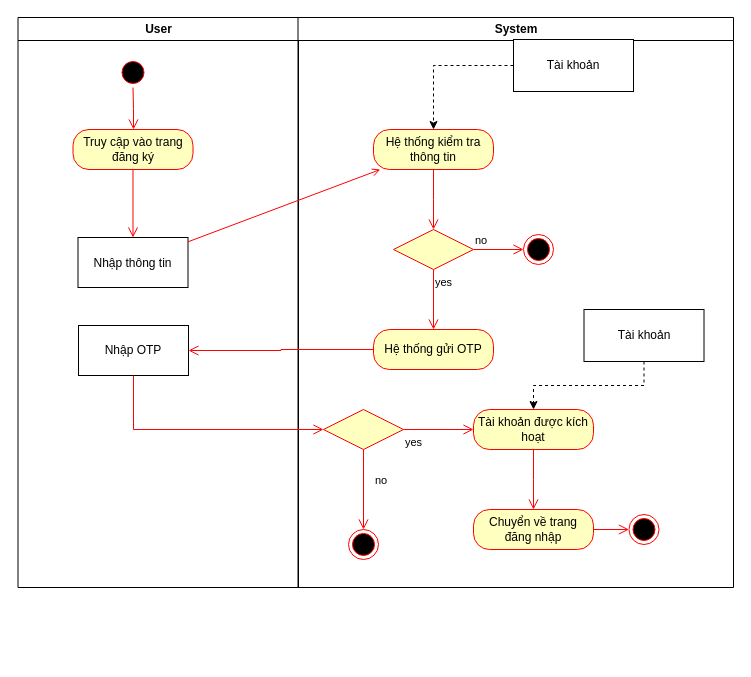
The draw.io diagram User/DangKi.drawio in dmn-05/PTTK-HTTT, before the edit. Source tidied: cells renumbered, new cells numbered last; positions are measured from the earlier drawing's top-left corner, leaving out a move shared by most shapes. Both pictures are drawn from the tidied source at 100%, with x=0, y=0 at pixel (17, 17).
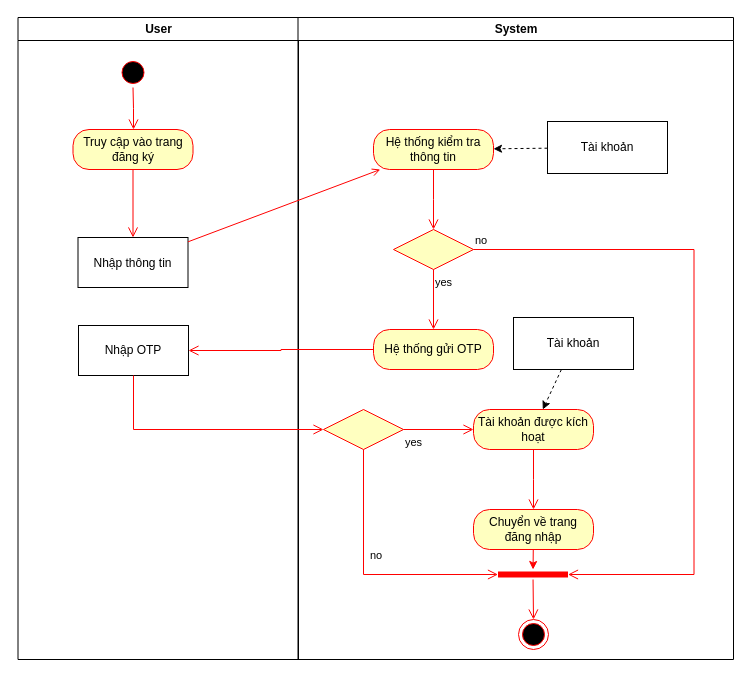
The same page after the edit.

Unchanged cells that the change refers to:
```xml
<mxCell id="10" value="Hệ thống kiểm tra thông tin" style="rounded=1;whiteSpace=wrap;html=1;arcSize=40;fontColor=#000000;fillColor=#ffffc0;strokeColor=#ff0000;" parent="9" vertex="1">
  <mxGeometry x="75.5" y="112" width="120" height="40" as="geometry" />
</mxCell>
<mxCell id="14" style="rhombus;whiteSpace=wrap;html=1;fontColor=#000000;fillColor=#ffffc0;strokeColor=#ff0000;" parent="9" vertex="1">
  <mxGeometry x="95.5" y="212" width="80" height="40" as="geometry" />
</mxCell>
<mxCell id="19" style="rhombus;whiteSpace=wrap;html=1;fontColor=#000000;fillColor=#ffffc0;strokeColor=#ff0000;" parent="9" vertex="1">
  <mxGeometry x="25.5" y="392" width="80" height="40" as="geometry" />
</mxCell>
<mxCell id="23" value="Tài khoản được kích hoạt" style="rounded=1;whiteSpace=wrap;html=1;arcSize=40;fontColor=#000000;fillColor=#ffffc0;strokeColor=#ff0000;" parent="9" vertex="1">
  <mxGeometry x="175.5" y="392" width="120" height="40" as="geometry" />
</mxCell>
<mxCell id="27" value="Chuyển về trang đăng nhập" style="rounded=1;whiteSpace=wrap;html=1;arcSize=40;fontColor=#000000;fillColor=#ffffc0;strokeColor=#ff0000;" parent="9" vertex="1">
  <mxGeometry x="175.5" y="492" width="120" height="40" as="geometry" />
</mxCell>
```

Diff of the diagram source:
```diff
@@
     <mxCell id="2" value="User" style="swimlane;whiteSpace=wrap;" parent="1" vertex="1">
-      <mxGeometry x="0.5" width="280.5" height="570" as="geometry" />
+      <mxGeometry x="0.5" width="280.5" height="642" as="geometry" />
     </mxCell>
@@
     <mxCell id="9" value="System" style="swimlane;whiteSpace=wrap;" parent="1" vertex="1">
-      <mxGeometry x="280.5" width="435.5" height="570" as="geometry" />
+      <mxGeometry x="280.5" width="435.5" height="642" as="geometry" />
     </mxCell>
@@
-    <mxCell id="12" style="edgeStyle=orthogonalEdgeStyle;rounded=0;jettySize=auto;html=1;dashed=1;" parent="9" edge="1" source="13" target="10">
+    <mxCell id="12" style="rounded=0;jettySize=auto;html=1;dashed=1;" parent="9" edge="1" source="13" target="10">
       <mxGeometry relative="1" as="geometry" />
     </mxCell>
     <mxCell id="13" value="Tài khoản" style="rounded=0;whiteSpace=wrap;html=1;" parent="9" vertex="1">
-      <mxGeometry x="215.5" y="22" width="120" height="52" as="geometry" />
+      <mxGeometry x="249.5" y="104" width="120" height="52" as="geometry" />
     </mxCell>
@@
-    <mxCell id="15" value="no" style="edgeStyle=orthogonalEdgeStyle;html=1;align=left;verticalAlign=bottom;endArrow=open;endSize=8;strokeColor=#ff0000;rounded=0;" parent="9" edge="1" source="14" target="17">
-      <mxGeometry x="-1" relative="1" as="geometry" />
+    <mxCell id="15" value="no" style="edgeStyle=orthogonalEdgeStyle;html=1;align=left;verticalAlign=bottom;endArrow=open;endSize=8;strokeColor=#ff0000;rounded=0;" parent="9" edge="1" source="14" target="34">
+      <mxGeometry x="-1" relative="1" as="geometry">
+        <Array as="points">
+          <mxPoint x="396" y="232" />
+          <mxPoint x="396" y="557" />
+        </Array>
+      </mxGeometry>
     </mxCell>
@@
-    <mxCell id="17" style="ellipse;html=1;shape=endState;fillColor=#000000;strokeColor=#ff0000;" parent="9" vertex="1">
-      <mxGeometry x="225.5" y="217" width="30" height="30" as="geometry" />
-    </mxCell>
@@
-    <mxCell id="20" value="no" style="edgeStyle=orthogonalEdgeStyle;html=1;align=left;verticalAlign=bottom;endArrow=open;endSize=8;strokeColor=#ff0000;rounded=0;" parent="9" edge="1" source="19" target="22">
-      <mxGeometry y="10" relative="1" as="geometry" />
+    <mxCell id="20" value="no" style="html=1;align=left;verticalAlign=bottom;endArrow=open;endSize=8;strokeColor=#ff0000;rounded=0;" parent="9" edge="1" source="19" target="34">
+      <mxGeometry y="10" relative="1" as="geometry">
+        <Array as="points">
+          <mxPoint x="65.5" y="557" />
+        </Array>
+      </mxGeometry>
     </mxCell>
@@
-    <mxCell id="22" style="ellipse;html=1;shape=endState;fillColor=#000000;strokeColor=#ff0000;" parent="9" vertex="1">
-      <mxGeometry x="50.5" y="512" width="30" height="30" as="geometry" />
-    </mxCell>
@@
-    <mxCell id="25" style="edgeStyle=orthogonalEdgeStyle;rounded=0;jettySize=auto;html=1;dashed=1;" parent="9" edge="1" source="26" target="23">
+    <mxCell id="25" style="rounded=0;jettySize=auto;html=1;dashed=1;" parent="9" edge="1" source="26" target="23">
       <mxGeometry relative="1" as="geometry" />
     </mxCell>
     <mxCell id="26" value="Tài khoản" style="rounded=0;whiteSpace=wrap;html=1;" parent="9" vertex="1">
-      <mxGeometry x="286" y="292" width="120" height="52" as="geometry" />
+      <mxGeometry x="215.5" y="300" width="120" height="52" as="geometry" />
     </mxCell>
+    <mxCell id="33" style="rounded=0;jettySize=auto;html=1;strokeColor=#FF0000;" parent="9" edge="1" source="27" target="34">
+      <mxGeometry relative="1" as="geometry" />
+    </mxCell>
@@
-    <mxCell id="28" style="edgeStyle=orthogonalEdgeStyle;html=1;verticalAlign=bottom;endArrow=open;endSize=8;strokeColor=#ff0000;rounded=0;" parent="9" edge="1" source="27" target="29">
-      <mxGeometry relative="1" as="geometry" />
-    </mxCell>
-    <mxCell id="29" style="ellipse;html=1;shape=endState;fillColor=#000000;strokeColor=#ff0000;" parent="9" vertex="1">
-      <mxGeometry x="331" y="497" width="30" height="30" as="geometry" />
-    </mxCell>
+    <mxCell id="34" style="shape=line;html=1;strokeWidth=6;strokeColor=#ff0000;" parent="9" vertex="1">
+      <mxGeometry x="200" y="552" width="70" height="10" as="geometry" />
+    </mxCell>
+    <mxCell id="35" style="html=1;verticalAlign=bottom;endArrow=open;endSize=8;strokeColor=#ff0000;rounded=0;" parent="9" edge="1" source="34" target="36">
+      <mxGeometry relative="1" as="geometry" />
+    </mxCell>
+    <mxCell id="36" style="ellipse;html=1;shape=endState;fillColor=#000000;strokeColor=#ff0000;" parent="9" vertex="1">
+      <mxGeometry x="220.5" y="602" width="30" height="30" as="geometry" />
+    </mxCell>
```
